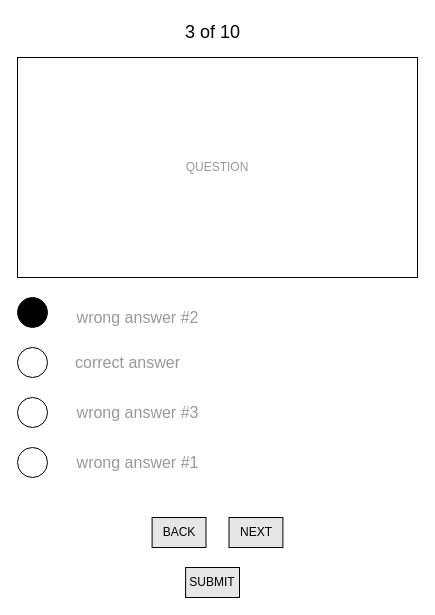
Above: page "studentTestTaking" (6 of 6) of Untitled Diagram.drawio in Yousef-Emadi/ZOE-Website (draw.io), before the change. Source tidied: cells renumbered, new cells numbered last; positions are measured from the earlier drawing's top-left corner, leaving out a move shared by most shapes. Both pictures are drawn from the tidied source at 100%, with x=0, y=0 at pixel (17, 17).
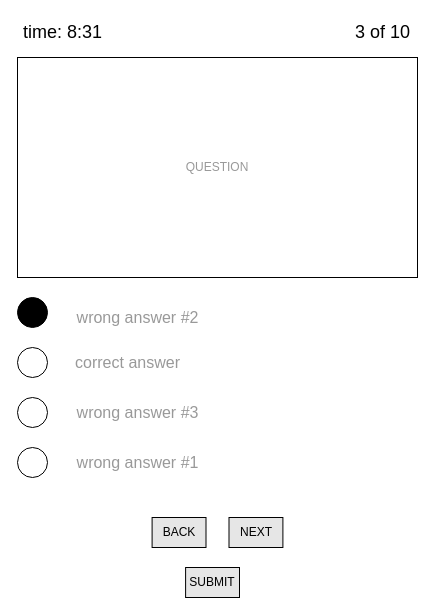
The same diagram, later.

The edit, as a diff of the source:
```diff
@@
 <mxGraphModel>
   <root>
     <mxCell id="0" />
     <mxCell id="1" parent="0" />
     <mxCell id="2" value="QUESTION" style="rounded=0;whiteSpace=wrap;html=1;fontSize=12;fontColor=#999999;fillColor=#FFFFFF;" parent="1" vertex="1">
       <mxGeometry y="40" width="400" height="220" as="geometry" />
     </mxCell>
     <mxCell id="3" value="&lt;font color=&quot;#000000&quot;&gt;&lt;span&gt;NEXT&lt;/span&gt;&lt;/font&gt;" style="rounded=0;whiteSpace=wrap;html=1;fontSize=12;fontColor=#999999;fillColor=#E6E6E6;" parent="1" vertex="1">
       <mxGeometry x="211.5" y="500" width="53.9" height="30" as="geometry" />
     </mxCell>
     <mxCell id="4" value="&lt;font color=&quot;#000000&quot;&gt;&lt;span&gt;BACK&lt;/span&gt;&lt;/font&gt;" style="rounded=0;whiteSpace=wrap;html=1;fontSize=12;fontColor=#999999;fillColor=#E6E6E6;" parent="1" vertex="1">
       <mxGeometry x="134.6" y="500" width="53.9" height="30" as="geometry" />
     </mxCell>
     <mxCell id="5" style="ellipse;whiteSpace=wrap;html=1;fontSize=12;fontColor=#999999;fillColor=#000000;" parent="1" vertex="1">
       <mxGeometry y="280" width="30" height="30" as="geometry" />
     </mxCell>
     <mxCell id="6" style="ellipse;whiteSpace=wrap;html=1;fontSize=12;fontColor=#999999;fillColor=#FFFFFF;strokeWidth=1;" parent="1" vertex="1">
       <mxGeometry y="330" width="30" height="30" as="geometry" />
     </mxCell>
     <mxCell id="7" style="ellipse;whiteSpace=wrap;html=1;fontSize=12;fontColor=#999999;fillColor=#FFFFFF;strokeWidth=1;" parent="1" vertex="1">
       <mxGeometry y="380" width="30" height="30" as="geometry" />
     </mxCell>
     <mxCell id="8" style="ellipse;whiteSpace=wrap;html=1;fontSize=12;fontColor=#999999;fillColor=#FFFFFF;strokeWidth=1;" parent="1" vertex="1">
       <mxGeometry y="430" width="30" height="30" as="geometry" />
     </mxCell>
     <mxCell id="9" value="&lt;span style=&quot;font-size: 16px&quot;&gt;correct answer&lt;/span&gt;" style="text;html=1;align=center;verticalAlign=middle;fontSize=12;fontColor=#999999;" parent="1" vertex="1">
       <mxGeometry x="50" y="335" width="120" height="20" as="geometry" />
     </mxCell>
     <mxCell id="10" value="&lt;font size=&quot;3&quot;&gt;wrong answer #2&lt;/font&gt;" style="text;html=1;align=center;verticalAlign=middle;fontSize=12;fontColor=#999999;" parent="1" vertex="1">
       <mxGeometry x="50" y="290" width="140" height="20" as="geometry" />
     </mxCell>
     <mxCell id="11" value="&lt;font size=&quot;3&quot;&gt;wrong answer #3&lt;/font&gt;" style="text;html=1;align=center;verticalAlign=middle;fontSize=12;fontColor=#999999;" parent="1" vertex="1">
       <mxGeometry x="50" y="385" width="140" height="20" as="geometry" />
     </mxCell>
     <mxCell id="12" value="&lt;font size=&quot;3&quot;&gt;wrong answer #1&lt;/font&gt;" style="text;html=1;align=center;verticalAlign=middle;fontSize=12;fontColor=#999999;" parent="1" vertex="1">
       <mxGeometry x="50" y="435" width="140" height="20" as="geometry" />
     </mxCell>
     <mxCell id="13" value="3 of 10" style="text;html=1;align=center;verticalAlign=middle;fontSize=18;" parent="1" vertex="1">
-      <mxGeometry x="160" width="70" height="30" as="geometry" />
+      <mxGeometry x="330" width="70" height="30" as="geometry" />
     </mxCell>
     <mxCell id="14" value="&lt;font color=&quot;#000000&quot;&gt;&lt;span&gt;SUBMIT&lt;/span&gt;&lt;/font&gt;" style="rounded=0;whiteSpace=wrap;html=1;fontSize=12;fontColor=#999999;fillColor=#E6E6E6;" parent="1" vertex="1">
       <mxGeometry x="168.1" y="550" width="53.9" height="30" as="geometry" />
     </mxCell>
+    <mxCell id="15" value="time: 8:31" style="text;html=1;align=center;verticalAlign=middle;fontSize=18;" parent="1" vertex="1">
+      <mxGeometry width="90" height="30" as="geometry" />
+    </mxCell>
   </root>
 </mxGraphModel>
```
